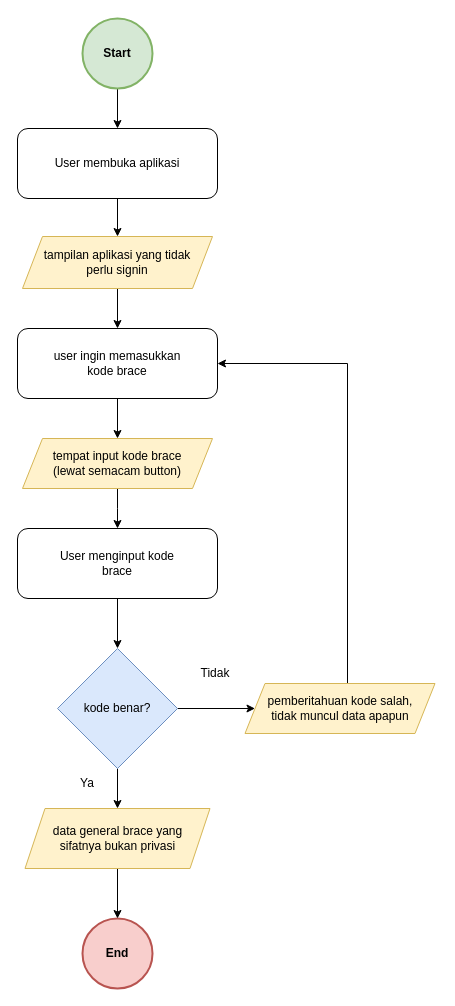
SynergyStudioBandung/synergy_studio_docs keeps this draw.io diagram as diagrams/user_flow/user_melihat_brace.drawio. Above is the earlier version. Source tidied: cells renumbered, new cells numbered last; positions are measured from the earlier drawing's top-left corner, leaving out a move shared by most shapes. Both pictures are drawn from the tidied source at 100%, with x=0, y=0 at pixel (17, 18).
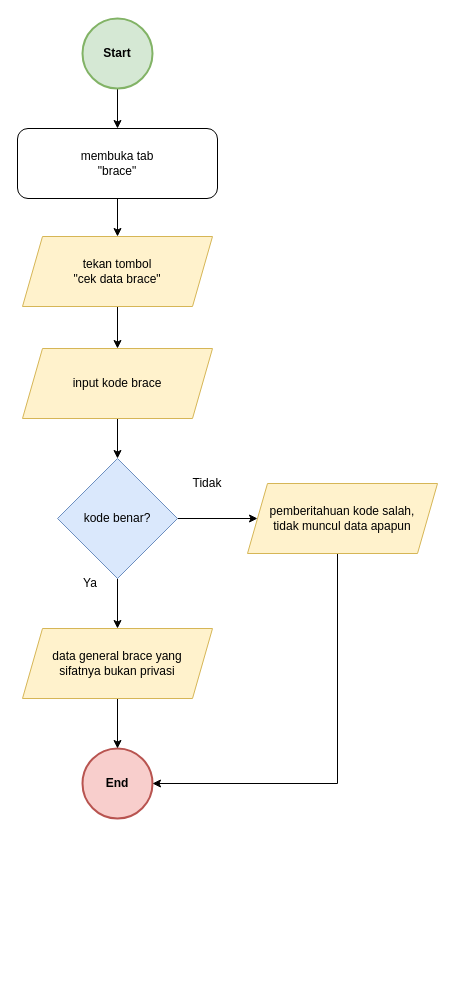
The same diagram, later.

Diff of the diagram source:
```diff
@@
     <mxCell id="2" value="End" style="ellipse;whiteSpace=wrap;html=1;fillColor=#f8cecc;strokeColor=#b85450;fontStyle=1;strokeWidth=2;" parent="1" vertex="1">
-      <mxGeometry x="65" y="900" width="70" height="70" as="geometry" />
+      <mxGeometry x="65" y="730" width="70" height="70" as="geometry" />
     </mxCell>
@@
-    <mxCell id="6" value="User membuka aplikasi" style="rounded=1;whiteSpace=wrap;html=1;fontSize=12;glass=0;strokeWidth=1;shadow=0;" parent="1" vertex="1">
+    <mxCell id="6" value="  membuka tab&lt;br&gt;&quot;brace&quot;" style="rounded=1;whiteSpace=wrap;html=1;fontSize=12;glass=0;strokeWidth=1;shadow=0;" parent="1" vertex="1">
       <mxGeometry y="110" width="200" height="70" as="geometry" />
     </mxCell>
@@
     <mxCell id="8" value="data general brace yang&lt;br&gt;sifatnya bukan privasi" style="shape=parallelogram;perimeter=parallelogramPerimeter;whiteSpace=wrap;html=1;fixedSize=1;strokeWidth=1;fillColor=#fff2cc;strokeColor=#d6b656;" parent="1" vertex="1">
-      <mxGeometry x="7.5" y="790" width="185" height="60" as="geometry" />
+      <mxGeometry x="5" y="610" width="190" height="70" as="geometry" />
     </mxCell>
@@
     <mxCell id="11" value="kode benar?" style="rhombus;whiteSpace=wrap;html=1;fillColor=#dae8fc;strokeColor=#6c8ebf;" parent="1" vertex="1">
-      <mxGeometry x="40" y="630" width="120" height="120" as="geometry" />
+      <mxGeometry x="40" y="440" width="120" height="120" as="geometry" />
     </mxCell>
     <mxCell id="12" value="Ya" style="text;html=1;strokeColor=none;fillColor=none;align=center;verticalAlign=middle;whiteSpace=wrap;rounded=0;" parent="1" vertex="1">
-      <mxGeometry x="40" y="750" width="60" height="30" as="geometry" />
+      <mxGeometry x="42.5" y="550" width="60" height="30" as="geometry" />
     </mxCell>
-    <mxCell id="13" style="edgeStyle=orthogonalEdgeStyle;rounded=0;jettySize=auto;html=1;entryX=1;entryY=0.5;entryDx=0;entryDy=0;" parent="1" edge="1" source="14" target="21">
-      <mxGeometry relative="1" as="geometry">
-        <Array as="points">
-          <mxPoint x="330" y="345" />
-        </Array>
-      </mxGeometry>
-    </mxCell>
+    <mxCell id="24" style="edgeStyle=orthogonalEdgeStyle;rounded=0;jettySize=auto;html=1;entryX=1;entryY=0.5;entryDx=0;entryDy=0;" parent="1" edge="1" source="14" target="2">
+      <mxGeometry relative="1" as="geometry">
+        <Array as="points">
+          <mxPoint x="320" y="765" />
+        </Array>
+      </mxGeometry>
+    </mxCell>
     <mxCell id="14" value="pemberitahuan kode salah,&lt;br&gt;tidak muncul data apapun" style="shape=parallelogram;perimeter=parallelogramPerimeter;whiteSpace=wrap;html=1;fixedSize=1;strokeWidth=1;fillColor=#fff2cc;strokeColor=#d6b656;" parent="1" vertex="1">
-      <mxGeometry x="227.5" y="665" width="190" height="50" as="geometry" />
+      <mxGeometry x="230" y="465" width="190" height="70" as="geometry" />
     </mxCell>
-    <mxCell id="15" style="edgeStyle=orthogonalEdgeStyle;rounded=0;jettySize=auto;html=1;" parent="1" edge="1" source="16" target="11">
-      <mxGeometry relative="1" as="geometry" />
-    </mxCell>
-    <mxCell id="16" value="User menginput kode&lt;br&gt;brace" style="rounded=1;whiteSpace=wrap;html=1;fontSize=12;glass=0;strokeWidth=1;shadow=0;" parent="1" vertex="1">
-      <mxGeometry y="510" width="200" height="70" as="geometry" />
-    </mxCell>
     <mxCell id="17" value="Tidak" style="text;html=1;strokeColor=none;fillColor=none;align=center;verticalAlign=middle;whiteSpace=wrap;rounded=0;" parent="1" vertex="1">
-      <mxGeometry x="167.5" y="640" width="60" height="30" as="geometry" />
+      <mxGeometry x="160" y="450" width="60" height="30" as="geometry" />
     </mxCell>
-    <mxCell id="18" style="edgeStyle=orthogonalEdgeStyle;rounded=0;jettySize=auto;html=1;" parent="1" edge="1" source="19" target="21">
+    <mxCell id="18" style="edgeStyle=orthogonalEdgeStyle;rounded=0;jettySize=auto;html=1;entryX=0.5;entryY=0;entryDx=0;entryDy=0;" parent="1" edge="1" source="19" target="23">
       <mxGeometry relative="1" as="geometry" />
     </mxCell>
-    <mxCell id="19" value="tampilan aplikasi yang tidak&lt;br&gt;perlu signin" style="shape=parallelogram;perimeter=parallelogramPerimeter;whiteSpace=wrap;html=1;fixedSize=1;strokeWidth=1;fillColor=#fff2cc;strokeColor=#d6b656;" parent="1" vertex="1">
-      <mxGeometry x="5" y="218" width="190" height="52" as="geometry" />
+    <mxCell id="19" value="tekan tombol&lt;br&gt;&quot;cek data brace&quot;" style="shape=parallelogram;perimeter=parallelogramPerimeter;whiteSpace=wrap;html=1;fixedSize=1;strokeWidth=1;fillColor=#fff2cc;strokeColor=#d6b656;" parent="1" vertex="1">
+      <mxGeometry x="5" y="218" width="190" height="70" as="geometry" />
     </mxCell>
-    <mxCell id="20" style="edgeStyle=orthogonalEdgeStyle;rounded=0;jettySize=auto;html=1;" parent="1" edge="1" source="21" target="23">
-      <mxGeometry relative="1" as="geometry" />
-    </mxCell>
-    <mxCell id="21" value="user ingin memasukkan&lt;br&gt;kode brace" style="rounded=1;whiteSpace=wrap;html=1;fontSize=12;glass=0;strokeWidth=1;shadow=0;" parent="1" vertex="1">
-      <mxGeometry y="310" width="200" height="70" as="geometry" />
-    </mxCell>
-    <mxCell id="22" style="edgeStyle=orthogonalEdgeStyle;rounded=0;jettySize=auto;html=1;" parent="1" edge="1" source="23">
-      <mxGeometry relative="1" as="geometry">
-        <mxPoint x="100" y="510" as="targetPoint" />
-      </mxGeometry>
+    <mxCell id="22" style="edgeStyle=orthogonalEdgeStyle;rounded=0;jettySize=auto;html=1;entryX=0.5;entryY=0;entryDx=0;entryDy=0;" parent="1" edge="1" source="23" target="11">
+      <mxGeometry relative="1" as="geometry" />
     </mxCell>
-    <mxCell id="23" value="tempat input kode brace&lt;br&gt;(lewat semacam button)" style="shape=parallelogram;perimeter=parallelogramPerimeter;whiteSpace=wrap;html=1;fixedSize=1;strokeWidth=1;fillColor=#fff2cc;strokeColor=#d6b656;" parent="1" vertex="1">
-      <mxGeometry x="5" y="420" width="190" height="50" as="geometry" />
+    <mxCell id="23" value="input kode brace" style="shape=parallelogram;perimeter=parallelogramPerimeter;whiteSpace=wrap;html=1;fixedSize=1;strokeWidth=1;fillColor=#fff2cc;strokeColor=#d6b656;" parent="1" vertex="1">
+      <mxGeometry x="5" y="330" width="190" height="70" as="geometry" />
     </mxCell>
```
